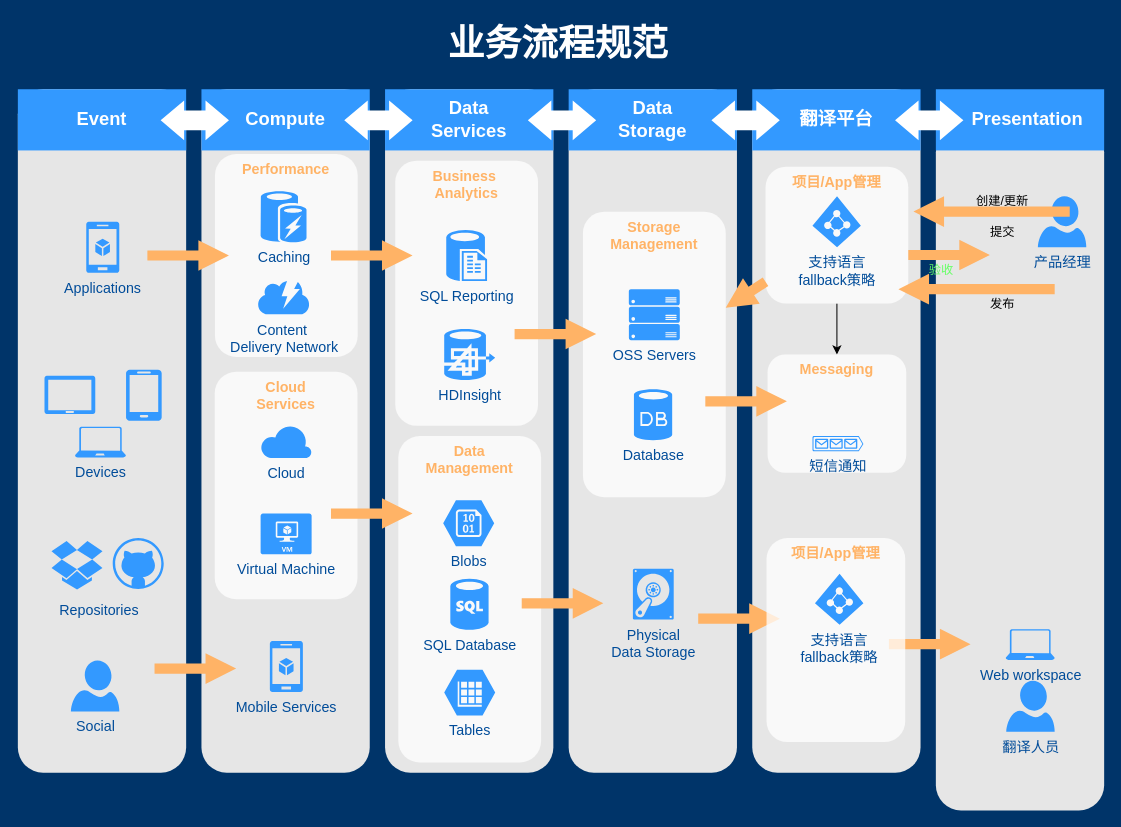
Above: craft/frontend_local.drawio in feihu618/drawio (draw.io), before the change. Source tidied: cells renumbered, new cells numbered last; positions are measured from the earlier drawing's top-left corner, leaving out a move shared by most shapes. Both pictures are drawn from the tidied source at 102%, with x=0, y=0 at pixel (17, 17).
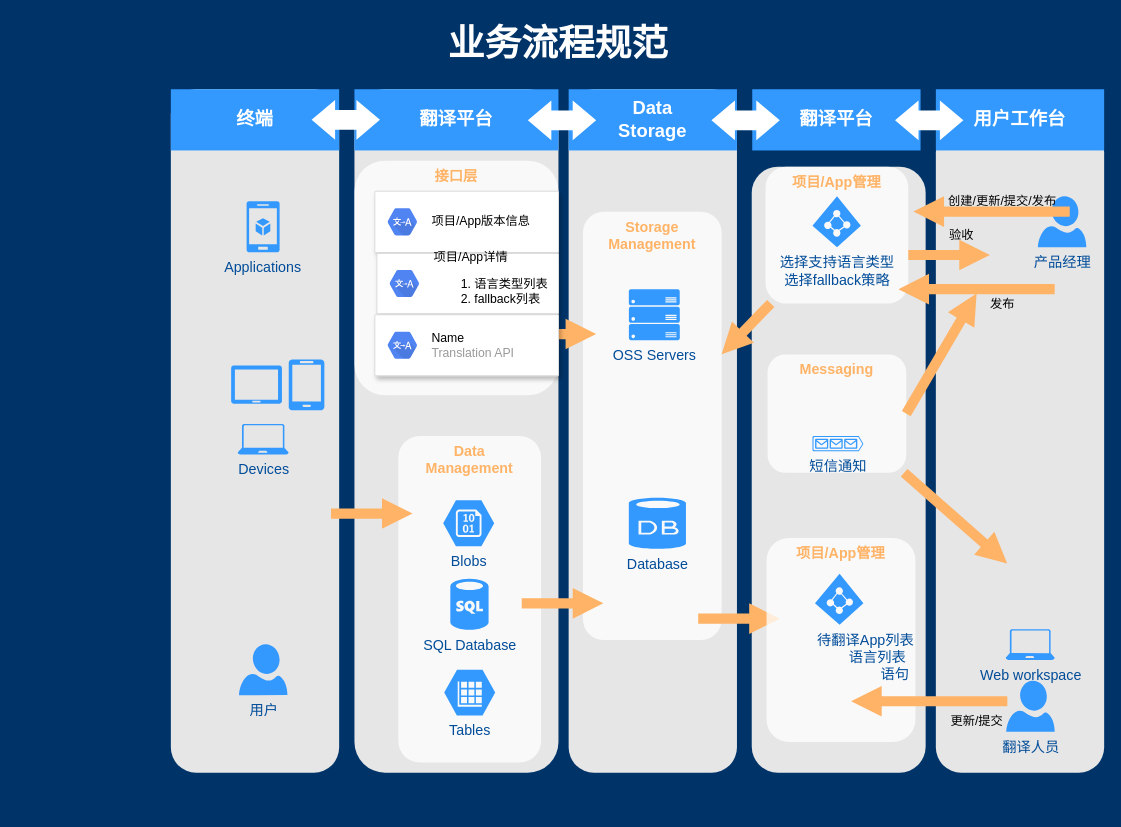
After the change.

The change refers to these unchanged cells:
```xml
<mxCell id="41" value="项目/App管理" style="rounded=1;whiteSpace=wrap;html=1;dashed=1;strokeColor=none;strokeWidth=2;fillColor=#FFFFFF;fontFamily=Helvetica;fontSize=14;fontColor=#FFB366;opacity=75;verticalAlign=top;fontStyle=1;" parent="1" vertex="1">
  <mxGeometry x="733" y="146" width="140" height="134" as="geometry" />
</mxCell>
<mxCell id="46" value="Messaging" style="rounded=1;whiteSpace=wrap;html=1;dashed=1;strokeColor=none;strokeWidth=2;fillColor=#FFFFFF;fontFamily=Helvetica;fontSize=14;fontColor=#FFB366;opacity=75;verticalAlign=top;fontStyle=1;" parent="1" vertex="1">
  <mxGeometry x="735" y="330" width="136" height="116" as="geometry" />
</mxCell>
```

What changed in the source:
```diff
@@
     <mxCell id="2" style="rounded=1;whiteSpace=wrap;html=1;dashed=1;strokeColor=none;strokeWidth=2;fillColor=#E6E6E6;fontFamily=Verdana;fontSize=12;fontColor=#00BEF2;" parent="1" vertex="1">
-      <mxGeometry y="70" width="165" height="670" as="geometry" />
+      <mxGeometry x="150" y="70" width="165" height="670" as="geometry" />
     </mxCell>
-    <mxCell id="3" style="rounded=1;whiteSpace=wrap;html=1;dashed=1;strokeColor=none;strokeWidth=2;fillColor=#E6E6E6;fontFamily=Verdana;fontSize=12;fontColor=#00BEF2;" parent="1" vertex="1">
-      <mxGeometry x="180" y="70" width="165" height="670" as="geometry" />
-    </mxCell>
     <mxCell id="4" style="rounded=1;whiteSpace=wrap;html=1;dashed=1;strokeColor=none;strokeWidth=2;fillColor=#E6E6E6;fontFamily=Verdana;fontSize=12;fontColor=#00BEF2;" parent="1" vertex="1">
-      <mxGeometry x="360" y="70" width="165" height="670" as="geometry" />
+      <mxGeometry x="330" y="70" width="200" height="670" as="geometry" />
     </mxCell>
@@
     <mxCell id="6" style="rounded=1;whiteSpace=wrap;html=1;dashed=1;strokeColor=none;strokeWidth=2;fillColor=#E6E6E6;fontFamily=Verdana;fontSize=12;fontColor=#00BEF2;" parent="1" vertex="1">
-      <mxGeometry x="720" y="70" width="165" height="670" as="geometry" />
+      <mxGeometry x="719.5" y="146" width="170.5" height="594" as="geometry" />
     </mxCell>
     <mxCell id="7" style="rounded=1;whiteSpace=wrap;html=1;dashed=1;strokeColor=none;strokeWidth=2;fillColor=#E6E6E6;fontFamily=Verdana;fontSize=12;fontColor=#00BEF2;" parent="1" vertex="1">
-      <mxGeometry x="900" y="107" width="165" height="670" as="geometry" />
+      <mxGeometry x="900" y="107" width="165" height="633" as="geometry" />
     </mxCell>
-    <mxCell id="8" value="Event" style="whiteSpace=wrap;html=1;dashed=1;strokeColor=none;strokeWidth=2;fillColor=#3399FF;fontFamily=Helvetica;fontSize=18;fontColor=#FFFFFF;fontStyle=1;" parent="1" vertex="1">
-      <mxGeometry y="70" width="165" height="60" as="geometry" />
+    <mxCell id="8" value="终端" style="whiteSpace=wrap;html=1;dashed=1;strokeColor=none;strokeWidth=2;fillColor=#3399FF;fontFamily=Helvetica;fontSize=18;fontColor=#FFFFFF;fontStyle=1;" parent="1" vertex="1">
+      <mxGeometry x="150" y="70" width="165" height="60" as="geometry" />
     </mxCell>
-    <mxCell id="9" value="Compute" style="whiteSpace=wrap;html=1;dashed=1;strokeColor=none;strokeWidth=2;fillColor=#3399FF;fontFamily=Helvetica;fontSize=18;fontColor=#FFFFFF;fontStyle=1;" parent="1" vertex="1">
-      <mxGeometry x="180" y="70" width="165" height="60" as="geometry" />
-    </mxCell>
-    <mxCell id="10" value="Data&lt;div&gt;Services&lt;/div&gt;" style="whiteSpace=wrap;html=1;dashed=1;strokeColor=none;strokeWidth=2;fillColor=#3399FF;fontFamily=Helvetica;fontSize=18;fontColor=#FFFFFF;fontStyle=1;" parent="1" vertex="1">
-      <mxGeometry x="360" y="70" width="165" height="60" as="geometry" />
+    <mxCell id="10" value="翻译平台" style="whiteSpace=wrap;html=1;dashed=1;strokeColor=none;strokeWidth=2;fillColor=#3399FF;fontFamily=Helvetica;fontSize=18;fontColor=#FFFFFF;fontStyle=1;" parent="1" vertex="1">
+      <mxGeometry x="330" y="70" width="200" height="60" as="geometry" />
     </mxCell>
@@
-    <mxCell id="13" value="&amp;nbsp; &amp;nbsp;Presentation" style="whiteSpace=wrap;html=1;dashed=1;strokeColor=none;strokeWidth=2;fillColor=#3399FF;fontFamily=Helvetica;fontSize=18;fontColor=#FFFFFF;fontStyle=1;" parent="1" vertex="1">
+    <mxCell id="13" value="用户工作台" style="whiteSpace=wrap;html=1;dashed=1;strokeColor=none;strokeWidth=2;fillColor=#3399FF;fontFamily=Helvetica;fontSize=18;fontColor=#FFFFFF;fontStyle=1;" parent="1" vertex="1">
       <mxGeometry x="900" y="70" width="165" height="60" as="geometry" />
     </mxCell>
-    <mxCell id="14" style="shape=mxgraph.arrows.two_way_arrow_horizontal;html=1;verticalLabelPosition=bottom;verticalAlign=top;strokeWidth=2;strokeColor=none;dashed=1;fillColor=#FFFFFF;fontFamily=Verdana;fontSize=12;fontColor=#00BEF2;" parent="1" vertex="1">
-      <mxGeometry x="140" y="81" width="67" height="39" as="geometry" />
-    </mxCell>
     <mxCell id="15" style="shape=mxgraph.arrows.two_way_arrow_horizontal;html=1;verticalLabelPosition=bottom;verticalAlign=top;strokeWidth=2;strokeColor=none;dashed=1;fillColor=#FFFFFF;fontFamily=Verdana;fontSize=12;fontColor=#00BEF2;" parent="1" vertex="1">
-      <mxGeometry x="320" y="81" width="67" height="39" as="geometry" />
+      <mxGeometry x="288" y="80.5" width="67" height="39" as="geometry" />
     </mxCell>
@@
     <mxCell id="19" style="verticalLabelPosition=bottom;html=1;verticalAlign=top;strokeColor=none;fillColor=#3399FF;shape=mxgraph.azure.tablet;dashed=1;fontFamily=Helvetica;fontSize=14;fontColor=#004C99;" parent="1" vertex="1">
-      <mxGeometry x="26" y="351" width="50" height="37.5" as="geometry" />
+      <mxGeometry x="209" y="340.8" width="50" height="37.5" as="geometry" />
     </mxCell>
     <mxCell id="20" style="verticalLabelPosition=bottom;html=1;verticalAlign=top;strokeColor=none;fillColor=#3399FF;shape=mxgraph.azure.mobile;dashed=1;fontFamily=Helvetica;fontSize=14;fontColor=#004C99;" parent="1" vertex="1">
-      <mxGeometry x="106" y="345" width="35" height="50" as="geometry" />
+      <mxGeometry x="265.5" y="334.8" width="35" height="50" as="geometry" />
     </mxCell>
     <mxCell id="21" value="Devices" style="verticalLabelPosition=bottom;html=1;verticalAlign=top;strokeColor=none;fillColor=#3399FF;shape=mxgraph.azure.laptop;dashed=1;fontFamily=Helvetica;fontSize=14;fontColor=#004C99;" parent="1" vertex="1">
-      <mxGeometry x="56" y="401" width="50" height="30" as="geometry" />
+      <mxGeometry x="215.5" y="398.2" width="50" height="30" as="geometry" />
     </mxCell>
     <mxCell id="22" value="Applications" style="verticalLabelPosition=bottom;html=1;verticalAlign=top;strokeColor=none;fillColor=#3399FF;shape=mxgraph.azure.mobile_services;dashed=1;fontFamily=Helvetica;fontSize=14;fontColor=#004C99;" parent="1" vertex="1">
-      <mxGeometry x="67" y="200" width="32.5" height="50" as="geometry" />
+      <mxGeometry x="224.2" y="179.8" width="32.5" height="50" as="geometry" />
     </mxCell>
-    <mxCell id="23" value="Social" style="verticalLabelPosition=bottom;html=1;verticalAlign=top;strokeColor=none;fillColor=#3399FF;shape=mxgraph.azure.user;dashed=1;fontSize=14;fontColor=#004C99;" parent="1" vertex="1">
-      <mxGeometry x="52" y="630" width="47.5" height="50" as="geometry" />
+    <mxCell id="23" value="用户" style="verticalLabelPosition=bottom;html=1;verticalAlign=top;strokeColor=none;fillColor=#3399FF;shape=mxgraph.azure.user;dashed=1;fontSize=14;fontColor=#004C99;" parent="1" vertex="1">
+      <mxGeometry x="216.8" y="614" width="47.5" height="50" as="geometry" />
     </mxCell>
-    <mxCell id="24" style="verticalLabelPosition=bottom;html=1;verticalAlign=top;strokeColor=none;fillColor=#3399FF;shape=mxgraph.azure.github_code;dashed=1;fontSize=14;fontColor=#004C99;" parent="1" vertex="1">
-      <mxGeometry x="93" y="510" width="50" height="50" as="geometry" />
-    </mxCell>
-    <mxCell id="25" style="verticalLabelPosition=bottom;html=1;verticalAlign=top;strokeColor=none;fillColor=#3399FF;shape=mxgraph.azure.dropbox_code_source;dashed=1;fontSize=14;fontColor=#004C99;" parent="1" vertex="1">
-      <mxGeometry x="33" y="513" width="50" height="47.5" as="geometry" />
-    </mxCell>
-    <mxCell id="26" value="Repositories" style="text;html=1;strokeColor=none;fillColor=none;align=center;verticalAlign=middle;whiteSpace=wrap;overflow=hidden;dashed=1;fontSize=14;fontColor=#004C99;" parent="1" vertex="1">
-      <mxGeometry x="20" y="570" width="120" height="20" as="geometry" />
-    </mxCell>
-    <mxCell id="27" value="Mobile Services" style="verticalLabelPosition=bottom;html=1;verticalAlign=top;strokeColor=none;fillColor=#3399FF;shape=mxgraph.azure.mobile_services;dashed=1;fontSize=14;fontColor=#004C99;" parent="1" vertex="1">
-      <mxGeometry x="247" y="611" width="32.5" height="50" as="geometry" />
-    </mxCell>
@@
-    <mxCell id="29" value="Business&amp;nbsp;&lt;div&gt;Analytics&lt;/div&gt;" style="rounded=1;whiteSpace=wrap;html=1;dashed=1;strokeColor=none;strokeWidth=2;fillColor=#FFFFFF;fontFamily=Helvetica;fontSize=14;fontColor=#FFB366;opacity=75;verticalAlign=top;fontStyle=1;" parent="1" vertex="1">
-      <mxGeometry x="370" y="140" width="140" height="260" as="geometry" />
+    <mxCell id="29" value="接口层" style="rounded=1;whiteSpace=wrap;html=1;dashed=1;strokeColor=none;strokeWidth=2;fillColor=#FFFFFF;fontFamily=Helvetica;fontSize=14;fontColor=#FFB366;opacity=75;verticalAlign=top;fontStyle=1;" parent="1" vertex="1">
+      <mxGeometry x="330" y="140" width="200" height="230" as="geometry" />
     </mxCell>
@@
-    <mxCell id="31" value="SQL Reporting" style="verticalLabelPosition=bottom;html=1;verticalAlign=top;strokeColor=none;fillColor=#3399FF;shape=mxgraph.azure.sql_reporting;dashed=1;fontSize=14;fontColor=#004C99;" parent="1" vertex="1">
-      <mxGeometry x="420" y="208" width="40" height="50" as="geometry" />
-    </mxCell>
-    <mxCell id="32" value="HDInsight" style="verticalLabelPosition=bottom;html=1;verticalAlign=top;strokeColor=none;fillColor=#3399FF;shape=mxgraph.azure.hdinsight;dashed=1;fontSize=14;fontColor=#004C99;" parent="1" vertex="1">
-      <mxGeometry x="418" y="305" width="50" height="50" as="geometry" />
-    </mxCell>
@@
     <mxCell id="36" value="Storage Management" style="rounded=1;whiteSpace=wrap;html=1;dashed=1;strokeColor=none;strokeWidth=2;fillColor=#FFFFFF;fontFamily=Helvetica;fontSize=14;fontColor=#FFB366;opacity=75;verticalAlign=top;fontStyle=1;" parent="1" vertex="1">
-      <mxGeometry x="554" y="190" width="140" height="280" as="geometry" />
+      <mxGeometry x="554" y="190" width="136" height="420" as="geometry" />
     </mxCell>
@@
     <mxCell id="38" value="Database" style="verticalLabelPosition=bottom;html=1;verticalAlign=top;strokeColor=none;fillColor=#3399FF;shape=mxgraph.azure.database;dashed=1;fontFamily=Helvetica;fontSize=14;fontColor=#004C99;" parent="1" vertex="1">
-      <mxGeometry x="604" y="364" width="37.5" height="50" as="geometry" />
+      <mxGeometry x="599" y="470.5" width="56" height="50" as="geometry" />
     </mxCell>
-    <mxCell id="39" value="Physical&lt;div&gt;Data Storage&lt;/div&gt;" style="verticalLabelPosition=bottom;html=1;verticalAlign=top;strokeColor=none;fillColor=#3399FF;shape=mxgraph.azure.vhd;dashed=1;fontFamily=Helvetica;fontSize=14;fontColor=#004C99;" parent="1" vertex="1">
-      <mxGeometry x="603" y="540" width="40" height="50" as="geometry" />
-    </mxCell>
-    <mxCell id="40" style="edgeStyle=orthogonalEdgeStyle;rounded=0;jettySize=auto;html=1;" parent="1" edge="1" source="41" target="46">
-      <mxGeometry relative="1" as="geometry" />
-    </mxCell>
@@
-    <mxCell id="42" value="支持语言&lt;br&gt;fallback策略" style="verticalLabelPosition=bottom;html=1;verticalAlign=top;strokeColor=none;fillColor=#3399FF;shape=mxgraph.azure.azure_active_directory;dashed=1;fontFamily=Helvetica;fontSize=14;fontColor=#004C99;" parent="1" vertex="1">
+    <mxCell id="42" value="选择支持语言类型&lt;br&gt;选择fallback策略" style="verticalLabelPosition=bottom;html=1;verticalAlign=top;strokeColor=none;fillColor=#3399FF;shape=mxgraph.azure.azure_active_directory;dashed=1;fontFamily=Helvetica;fontSize=14;fontColor=#004C99;" parent="1" vertex="1">
       <mxGeometry x="779" y="175" width="47.5" height="50" as="geometry" />
     </mxCell>
-    <mxCell id="43" value="Performance" style="rounded=1;whiteSpace=wrap;html=1;dashed=1;strokeColor=none;strokeWidth=2;fillColor=#FFFFFF;fontFamily=Helvetica;fontSize=14;fontColor=#FFB366;opacity=75;verticalAlign=top;fontStyle=1;" parent="1" vertex="1">
-      <mxGeometry x="193.2" y="133.5" width="140" height="199" as="geometry" />
-    </mxCell>
-    <mxCell id="44" value="Caching" style="verticalLabelPosition=bottom;html=1;verticalAlign=top;strokeColor=none;fillColor=#3399FF;shape=mxgraph.azure.azure_cache;dashed=1;fontFamily=Helvetica;fontSize=14;fontColor=#004C99;" parent="1" vertex="1">
-      <mxGeometry x="238" y="170" width="45" height="50" as="geometry" />
-    </mxCell>
-    <mxCell id="45" value="Content&amp;nbsp;&lt;div&gt;Delivery Network&lt;/div&gt;" style="verticalLabelPosition=bottom;html=1;verticalAlign=top;strokeColor=none;fillColor=#3399FF;shape=mxgraph.azure.content_delivery_network;dashed=1;fontFamily=Helvetica;fontSize=14;fontColor=#004C99;" parent="1" vertex="1">
-      <mxGeometry x="235.5" y="258" width="50" height="32.5" as="geometry" />
-    </mxCell>
@@
-    <mxCell id="48" value="Cloud&lt;div&gt;Services&lt;/div&gt;" style="rounded=1;whiteSpace=wrap;html=1;dashed=1;strokeColor=none;strokeWidth=2;fillColor=#FFFFFF;fontFamily=Helvetica;fontSize=14;fontColor=#FFB366;opacity=75;verticalAlign=top;fontStyle=1;" parent="1" vertex="1">
-      <mxGeometry x="193" y="347" width="140" height="223" as="geometry" />
-    </mxCell>
-    <mxCell id="49" value="Cloud" style="verticalLabelPosition=bottom;html=1;verticalAlign=top;strokeColor=none;fillColor=#3399FF;shape=mxgraph.azure.cloud;dashed=1;fontSize=14;fontColor=#004C99;" parent="1" vertex="1">
-      <mxGeometry x="238" y="399" width="50" height="32.5" as="geometry" />
-    </mxCell>
-    <mxCell id="50" value="Virtual Machine" style="verticalLabelPosition=bottom;html=1;verticalAlign=top;strokeColor=none;fillColor=#3399FF;shape=mxgraph.azure.virtual_machine;dashed=1;fontSize=14;fontColor=#004C99;" parent="1" vertex="1">
-      <mxGeometry x="238" y="486" width="50" height="40" as="geometry" />
-    </mxCell>
@@
-    <mxCell id="53" style="arrow;html=1;endArrow=block;endFill=1;strokeColor=none;strokeWidth=4;fontFamily=Helvetica;fontSize=36;fontColor=#FFB366;fillColor=#FFB366;" parent="1" edge="1">
-      <mxGeometry relative="1" as="geometry">
-        <mxPoint x="127" y="233" as="sourcePoint" />
-        <mxPoint x="207" y="233" as="targetPoint" />
-      </mxGeometry>
-    </mxCell>
-    <mxCell id="54" style="arrow;html=1;endArrow=block;endFill=1;strokeColor=none;strokeWidth=4;fontFamily=Helvetica;fontSize=36;fontColor=#FFB366;fillColor=#FFB366;opacity=100;" parent="1" edge="1">
-      <mxGeometry relative="1" as="geometry">
-        <mxPoint x="307" y="233" as="sourcePoint" />
-        <mxPoint x="387" y="233" as="targetPoint" />
-      </mxGeometry>
-    </mxCell>
@@
-    <mxCell id="56" style="arrow;html=1;endArrow=block;endFill=1;strokeColor=none;strokeWidth=4;fontFamily=Helvetica;fontSize=36;fontColor=#FFB366;fillColor=#FFB366;" parent="1" edge="1">
-      <mxGeometry relative="1" as="geometry">
-        <mxPoint x="674" y="376" as="sourcePoint" />
-        <mxPoint x="754" y="376" as="targetPoint" />
-      </mxGeometry>
-    </mxCell>
@@
-    <mxCell id="59" style="arrow;html=1;endArrow=block;endFill=1;strokeColor=none;strokeWidth=4;fontFamily=Helvetica;fontSize=36;fontColor=#FFB366;fillColor=#FFB366;" parent="1" edge="1">
-      <mxGeometry relative="1" as="geometry">
-        <mxPoint x="854" y="614" as="sourcePoint" />
-        <mxPoint x="934" y="614" as="targetPoint" />
-      </mxGeometry>
-    </mxCell>
@@
-    <mxCell id="63" style="arrow;html=1;endArrow=block;endFill=1;strokeColor=none;strokeWidth=4;fontFamily=Helvetica;fontSize=36;fontColor=#FFB366;fillColor=#FFB366;" parent="1" edge="1">
-      <mxGeometry relative="1" as="geometry">
-        <mxPoint x="134" y="638" as="sourcePoint" />
-        <mxPoint x="214" y="638" as="targetPoint" />
-      </mxGeometry>
-    </mxCell>
@@
-    <mxCell id="65" value="创建/更新" style="text;html=1;align=center;verticalAlign=middle;fillColor=none;strokeColor=none;rounded=0;" parent="1" vertex="1">
-      <mxGeometry x="930" y="170" width="70" height="20" as="geometry" />
+    <mxCell id="65" value="创建/更新/提交/发布" style="text;html=1;align=center;verticalAlign=middle;fillColor=none;strokeColor=none;rounded=0;" parent="1" vertex="1">
+      <mxGeometry x="905" y="170" width="120" height="20" as="geometry" />
     </mxCell>
-    <mxCell id="66" value="提交" style="text;html=1;align=center;verticalAlign=middle;fillColor=none;strokeColor=none;rounded=0;" parent="1" vertex="1">
-      <mxGeometry x="945" y="200" width="40" height="20" as="geometry" />
-    </mxCell>
@@
-    <mxCell id="68" value="&lt;font color=&quot;#66ff66&quot;&gt;验收&lt;/font&gt;" style="text;html=1;align=center;verticalAlign=middle;fillColor=none;strokeColor=none;rounded=0;" parent="1" vertex="1">
-      <mxGeometry x="885" y="238" width="40" height="20" as="geometry" />
+    <mxCell id="68" value="验收" style="text;html=1;align=center;verticalAlign=middle;fillColor=none;strokeColor=none;rounded=0;" parent="1" vertex="1">
+      <mxGeometry x="905" y="203" width="40" height="20" as="geometry" />
     </mxCell>
@@
     <mxCell id="71" value="项目/App管理" style="rounded=1;whiteSpace=wrap;html=1;dashed=1;strokeColor=none;strokeWidth=2;fillColor=#FFFFFF;fontFamily=Helvetica;fontSize=14;fontColor=#FFB366;opacity=75;verticalAlign=top;fontStyle=1;" parent="1" vertex="1">
-      <mxGeometry x="734" y="510" width="136" height="200" as="geometry" />
+      <mxGeometry x="734" y="510" width="146" height="200" as="geometry" />
     </mxCell>
-    <mxCell id="72" value="支持语言&lt;br&gt;fallback策略" style="verticalLabelPosition=bottom;html=1;verticalAlign=top;strokeColor=none;fillColor=#3399FF;shape=mxgraph.azure.azure_active_directory;dashed=1;fontFamily=Helvetica;fontSize=14;fontColor=#004C99;" parent="1" vertex="1">
+    <mxCell id="72" value="待翻译App列表&lt;br&gt;&amp;nbsp; &amp;nbsp; &amp;nbsp; &amp;nbsp; 语言列表&lt;br&gt;&amp;nbsp; &amp;nbsp; &amp;nbsp; &amp;nbsp; &amp;nbsp; &amp;nbsp; &amp;nbsp; &amp;nbsp; 语句" style="verticalLabelPosition=bottom;html=1;verticalAlign=top;strokeColor=none;fillColor=#3399FF;shape=mxgraph.azure.azure_active_directory;dashed=1;fontFamily=Helvetica;fontSize=14;fontColor=#004C99;align=left;" parent="1" vertex="1">
       <mxGeometry x="781.5" y="545" width="47.5" height="50" as="geometry" />
     </mxCell>
+    <mxCell id="73" style="arrow;html=1;endArrow=block;endFill=1;strokeColor=none;strokeWidth=4;fontFamily=Helvetica;fontSize=36;fontColor=#FFB366;fillColor=#FFB366;entryX=0.424;entryY=0.676;entryDx=0;entryDy=0;entryPerimeter=0;" parent="1" edge="1" source="46" target="7">
+      <mxGeometry relative="1" as="geometry" />
+    </mxCell>
+    <mxCell id="74" style="arrow;html=1;endArrow=block;endFill=1;strokeColor=none;strokeWidth=4;fontFamily=Helvetica;fontSize=36;fontColor=#FFB366;fillColor=#FFB366;exitX=1;exitY=0.5;exitDx=0;exitDy=0;entryX=0.242;entryY=0.258;entryDx=0;entryDy=0;entryPerimeter=0;" parent="1" edge="1" source="46" target="7">
+      <mxGeometry relative="1" as="geometry" />
+    </mxCell>
+    <mxCell id="75" style="arrow;html=1;endArrow=block;endFill=1;strokeColor=none;strokeWidth=4;fontFamily=Helvetica;fontSize=36;fontColor=#FFB366;fillColor=#FFB366;entryX=1.036;entryY=0.328;entryDx=0;entryDy=0;entryPerimeter=0;exitX=0.658;exitY=0.299;exitDx=0;exitDy=0;exitPerimeter=0;" parent="1" edge="1">
+      <mxGeometry relative="1" as="geometry">
+        <mxPoint x="970.1" y="670" as="sourcePoint" />
+        <mxPoint x="816.9" y="670" as="targetPoint" />
+      </mxGeometry>
+    </mxCell>
+    <mxCell id="76" value="更新/提交" style="text;html=1;align=center;verticalAlign=middle;fillColor=none;strokeColor=none;rounded=0;" parent="1" vertex="1">
+      <mxGeometry x="905" y="680" width="70" height="20" as="geometry" />
+    </mxCell>
+    <mxCell id="77" style="strokeColor=#dddddd;shadow=1;strokeWidth=1;rounded=1;absoluteArcSize=1;arcSize=2;fontColor=#000000;align=left;" parent="1" vertex="1">
+      <mxGeometry x="350" y="170" width="180" height="60" as="geometry" />
+    </mxCell>
+    <mxCell id="78" value="&lt;font color=&quot;#000000&quot;&gt;项目/App版本信息&lt;/font&gt;" style="sketch=0;dashed=0;html=1;fillColor=#5184F3;strokeColor=none;shape=mxgraph.gcp2.hexIcon;prIcon=cloud_translation_api;labelPosition=right;verticalLabelPosition=middle;align=left;verticalAlign=middle;spacingLeft=5;fontColor=#999999;fontSize=12;" parent="77" vertex="1">
+      <mxGeometry y="0.5" width="44" height="39" relative="1" as="geometry">
+        <mxPoint x="5" y="-19.5" as="offset" />
+      </mxGeometry>
+    </mxCell>
+    <mxCell id="79" style="strokeColor=#dddddd;shadow=1;strokeWidth=1;rounded=1;absoluteArcSize=1;arcSize=2;fontColor=#000000;align=left;" parent="1" vertex="1">
+      <mxGeometry x="352" y="231" width="178" height="59" as="geometry" />
+    </mxCell>
+    <mxCell id="80" value="&lt;font color=&quot;#000000&quot;&gt;项目/App详情&lt;br&gt;&lt;ol&gt;&lt;li&gt;&lt;font color=&quot;#000000&quot;&gt;语言类型列表&lt;/font&gt;&lt;/li&gt;&lt;li&gt;&lt;font color=&quot;#000000&quot;&gt;fallback列表&lt;/font&gt;&lt;/li&gt;&lt;/ol&gt;&lt;/font&gt;" style="sketch=0;dashed=0;html=1;fillColor=#5184F3;strokeColor=none;shape=mxgraph.gcp2.hexIcon;prIcon=cloud_translation_api;labelPosition=right;verticalLabelPosition=middle;align=left;verticalAlign=middle;spacingLeft=5;fontColor=#999999;fontSize=12;" parent="79" vertex="1">
+      <mxGeometry y="0.5" width="44" height="39" relative="1" as="geometry">
+        <mxPoint x="5" y="-19.5" as="offset" />
+      </mxGeometry>
+    </mxCell>
+    <mxCell id="81" style="strokeColor=#dddddd;shadow=1;strokeWidth=1;rounded=1;absoluteArcSize=1;arcSize=2;fontColor=#000000;align=left;" parent="1" vertex="1">
+      <mxGeometry x="350" y="291" width="180" height="60" as="geometry" />
+    </mxCell>
+    <mxCell id="82" value="&lt;font color=&quot;#000000&quot;&gt;Name&lt;/font&gt;&lt;br&gt;Translation API" style="sketch=0;dashed=0;html=1;fillColor=#5184F3;strokeColor=none;shape=mxgraph.gcp2.hexIcon;prIcon=cloud_translation_api;labelPosition=right;verticalLabelPosition=middle;align=left;verticalAlign=middle;spacingLeft=5;fontColor=#999999;fontSize=12;" parent="81" vertex="1">
+      <mxGeometry y="0.5" width="44" height="39" relative="1" as="geometry">
+        <mxPoint x="5" y="-19.5" as="offset" />
+      </mxGeometry>
+    </mxCell>
```
